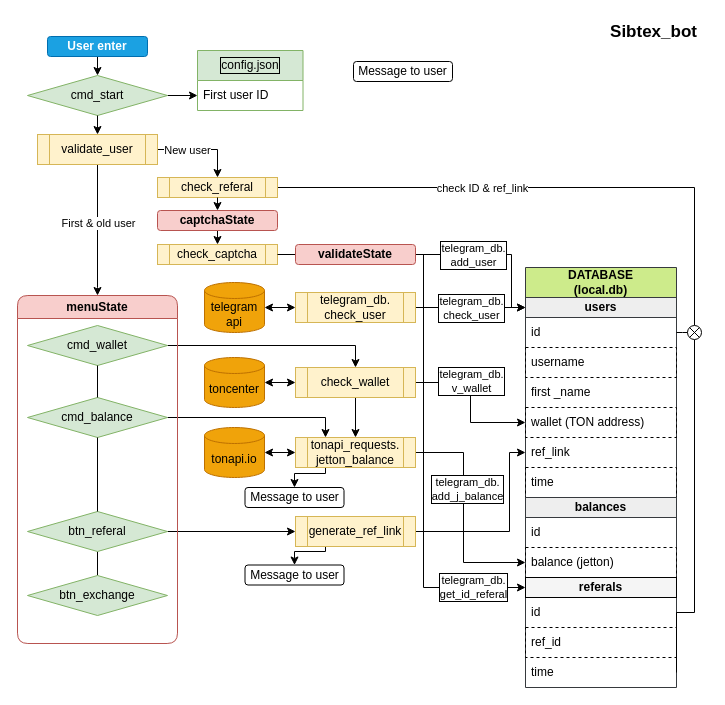
Above: sibtex_bot.drawio in traptor/Sibton (draw.io), before the change. Source tidied: cells renumbered, new cells numbered last; positions are measured from the earlier drawing's top-left corner, leaving out a move shared by most shapes. Both pictures are drawn from the tidied source at 100%, with x=0, y=0 at pixel (17, 17).
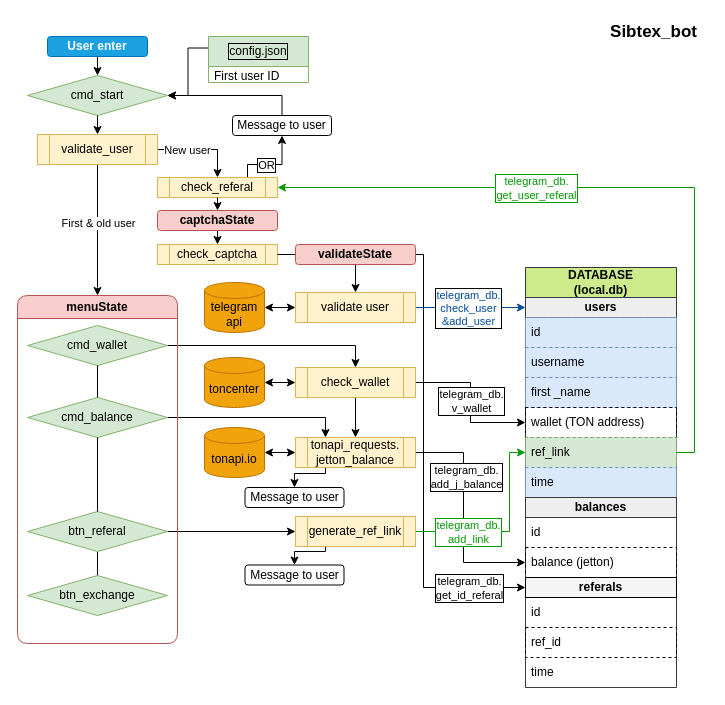
After the change.

The change refers to these unchanged cells:
```xml
<mxCell id="7" value="cmd_start" style="rhombus;whiteSpace=wrap;html=1;labelBackgroundColor=none;labelBorderColor=none;fillColor=#d5e8d4;strokeColor=#82b366;" parent="1" vertex="1">
  <mxGeometry x="10" y="58" width="140" height="40" as="geometry" />
</mxCell>
<mxCell id="9" value="DATABASE&lt;br&gt;(local.db)" style="swimlane;fontStyle=1;horizontal=1;startSize=30;whiteSpace=wrap;html=1;fillColor=#cdeb8b;strokeColor=#36393d;" parent="1" vertex="1">
  <mxGeometry x="508" y="250" width="151" height="420" as="geometry" />
</mxCell>
<mxCell id="10" value="users" style="text;strokeColor=#36393d;fillColor=#eeeeee;align=center;verticalAlign=middle;spacingLeft=4;spacingRight=4;overflow=hidden;points=[[0,0.5],[1,0.5]];portConstraint=eastwest;whiteSpace=wrap;html=1;fontStyle=1;" parent="9" vertex="1">
  <mxGeometry y="30" width="151" height="20" as="geometry" />
</mxCell>
<mxCell id="19" value="balance (jetton)" style="text;strokeColor=default;fillColor=none;align=left;verticalAlign=middle;spacingLeft=4;spacingRight=4;overflow=hidden;points=[[0,0.5],[1,0.5]];portConstraint=eastwest;whiteSpace=wrap;html=1;fontColor=#000000;dashed=1;" parent="9" vertex="1">
  <mxGeometry y="280" width="151" height="30" as="geometry" />
</mxCell>
<mxCell id="23" value="time" style="text;strokeColor=none;fillColor=none;align=left;verticalAlign=middle;spacingLeft=4;spacingRight=4;overflow=hidden;points=[[0,0.5],[1,0.5]];portConstraint=eastwest;whiteSpace=wrap;html=1;fontColor=#000000;dashed=1;" parent="9" vertex="1">
  <mxGeometry y="390" width="151" height="30" as="geometry" />
</mxCell>
<mxCell id="34" style="edgeStyle=orthogonalEdgeStyle;rounded=0;jettySize=auto;html=1;exitX=1;exitY=0.5;exitDx=0;exitDy=0;entryX=0;entryY=0.5;entryDx=0;entryDy=0;align=center;" parent="1" edge="1" source="38" target="14">
  <mxGeometry relative="1" as="geometry">
    <Array as="points">
      <mxPoint x="453" y="365" />
      <mxPoint x="453" y="405" />
    </Array>
  </mxGeometry>
</mxCell>
<mxCell id="44" style="edgeStyle=orthogonalEdgeStyle;rounded=0;jettySize=auto;html=1;entryX=0;entryY=0.5;entryDx=0;entryDy=0;endArrow=classic;endFill=1;exitX=1;exitY=0.5;exitDx=0;exitDy=0;" parent="1" edge="1" source="78" target="20">
  <mxGeometry relative="1" as="geometry">
    <Array as="points">
      <mxPoint x="406" y="237" />
      <mxPoint x="406" y="570" />
    </Array>
  </mxGeometry>
</mxCell>
<mxCell id="47" value="generate_ref_link" style="shape=process;whiteSpace=wrap;html=1;backgroundOutline=1;fillColor=#fff2cc;strokeColor=#d6b656;" parent="1" vertex="1">
  <mxGeometry x="278" y="499" width="120" height="30" as="geometry" />
</mxCell>
<mxCell id="71" value="check_referal" style="shape=process;whiteSpace=wrap;html=1;backgroundOutline=1;labelBorderColor=none;strokeColor=#d6b656;fillColor=#fff2cc;" parent="1" vertex="1">
  <mxGeometry x="140" y="160" width="120" height="20" as="geometry" />
</mxCell>
<mxCell id="76" style="edgeStyle=orthogonalEdgeStyle;rounded=0;jettySize=auto;html=1;exitX=1;exitY=0.5;exitDx=0;exitDy=0;entryX=0;entryY=0.5;entryDx=0;entryDy=0;endArrow=none;" parent="1" edge="1" source="73" target="78">
  <mxGeometry relative="1" as="geometry" />
</mxCell>
<mxCell id="78" value="&lt;b&gt;validateState&lt;/b&gt;" style="rounded=1;whiteSpace=wrap;html=1;fillColor=#f8cecc;strokeColor=#b85450;glass=0;shadow=0;" parent="1" vertex="1">
  <mxGeometry x="278" y="227" width="120" height="20" as="geometry" />
</mxCell>
```

Diff of the diagram source:
```diff
@@
-    <mxCell id="6" style="edgeStyle=orthogonalEdgeStyle;rounded=0;jettySize=auto;html=1;exitX=1;exitY=0.5;exitDx=0;exitDy=0;entryX=0;entryY=0.5;entryDx=0;entryDy=0;" parent="1" edge="1" source="7" target="51">
-      <mxGeometry relative="1" as="geometry" />
-    </mxCell>
+    <mxCell id="79" style="edgeStyle=orthogonalEdgeStyle;rounded=0;jettySize=auto;html=1;exitX=1;exitY=0.5;exitDx=0;exitDy=0;entryX=0;entryY=0.25;entryDx=0;entryDy=0;strokeColor=#000000;fontSize=12;fontColor=#000000;startArrow=classic;startFill=1;endArrow=none;endFill=0;" parent="1" edge="1" source="7" target="50">
+      <mxGeometry relative="1" as="geometry" />
+    </mxCell>
@@
-    <mxCell id="11" value="id" style="text;strokeColor=none;fillColor=none;align=left;verticalAlign=middle;spacingLeft=4;spacingRight=4;overflow=hidden;points=[[0,0.5],[1,0.5]];portConstraint=eastwest;whiteSpace=wrap;html=1;fontColor=#000000;dashed=1;" parent="9" vertex="1">
+    <mxCell id="11" value="id" style="text;strokeColor=#6c8ebf;fillColor=#dae8fc;align=left;verticalAlign=middle;spacingLeft=4;spacingRight=4;overflow=hidden;points=[[0,0.5],[1,0.5]];portConstraint=eastwest;whiteSpace=wrap;html=1;dashed=1;" parent="9" vertex="1">
       <mxGeometry y="50" width="151" height="30" as="geometry" />
     </mxCell>
-    <mxCell id="12" value="username" style="text;strokeColor=default;fillColor=none;align=left;verticalAlign=middle;spacingLeft=4;spacingRight=4;overflow=hidden;whiteSpace=wrap;html=1;fontColor=#000000;dashed=1;" parent="9" vertex="1">
+    <mxCell id="12" value="username" style="text;strokeColor=#6c8ebf;fillColor=#dae8fc;align=left;verticalAlign=middle;spacingLeft=4;spacingRight=4;overflow=hidden;whiteSpace=wrap;html=1;dashed=1;" parent="9" vertex="1">
       <mxGeometry y="80" width="151" height="30" as="geometry" />
     </mxCell>
-    <mxCell id="13" value="first _name" style="text;strokeColor=none;fillColor=none;align=left;verticalAlign=middle;spacingLeft=4;spacingRight=4;overflow=hidden;whiteSpace=wrap;html=1;fontColor=#000000;dashed=1;" parent="9" vertex="1">
+    <mxCell id="13" value="first _name" style="text;strokeColor=#6c8ebf;fillColor=#dae8fc;align=left;verticalAlign=middle;spacingLeft=4;spacingRight=4;overflow=hidden;whiteSpace=wrap;html=1;dashed=1;" parent="9" vertex="1">
       <mxGeometry y="110" width="151" height="30" as="geometry" />
     </mxCell>
@@
-    <mxCell id="15" value="ref_link" style="text;strokeColor=none;fillColor=none;align=left;verticalAlign=middle;spacingLeft=4;spacingRight=4;overflow=hidden;points=[[0,0.5],[1,0.5]];portConstraint=eastwest;whiteSpace=wrap;html=1;fontColor=#000000;labelBackgroundColor=none;labelBorderColor=none;shadow=0;dashed=1;" parent="9" vertex="1">
+    <mxCell id="15" value="ref_link" style="text;strokeColor=#82b366;fillColor=#d5e8d4;align=left;verticalAlign=middle;spacingLeft=4;spacingRight=4;overflow=hidden;points=[[0,0.5],[1,0.5]];portConstraint=eastwest;whiteSpace=wrap;html=1;labelBackgroundColor=none;labelBorderColor=none;shadow=0;dashed=1;" parent="9" vertex="1">
       <mxGeometry y="170" width="151" height="30" as="geometry" />
     </mxCell>
-    <mxCell id="16" value="time" style="text;strokeColor=default;fillColor=none;align=left;verticalAlign=middle;spacingLeft=4;spacingRight=4;overflow=hidden;whiteSpace=wrap;html=1;fontColor=#000000;labelBackgroundColor=none;labelBorderColor=none;shadow=0;dashed=1;" parent="9" vertex="1">
+    <mxCell id="16" value="time" style="text;strokeColor=#6c8ebf;fillColor=#dae8fc;align=left;verticalAlign=middle;spacingLeft=4;spacingRight=4;overflow=hidden;whiteSpace=wrap;html=1;labelBackgroundColor=none;labelBorderColor=none;shadow=0;dashed=1;" parent="9" vertex="1">
       <mxGeometry y="200" width="151" height="30" as="geometry" />
     </mxCell>
@@
     <mxCell id="24" value="telegram_db.&lt;br&gt;add_j_balance" style="edgeStyle=orthogonalEdgeStyle;rounded=0;jettySize=auto;html=1;exitX=1;exitY=0.5;exitDx=0;exitDy=0;entryX=0;entryY=0.5;entryDx=0;entryDy=0;verticalAlign=middle;labelBorderColor=default;" parent="1" edge="1" source="27" target="19">
-      <mxGeometry x="-0.23" y="4" relative="1" as="geometry">
+      <mxGeometry x="-0.34" y="3" relative="1" as="geometry">
         <Array as="points">
           <mxPoint x="446" y="435" />
           <mxPoint x="446" y="545" />
         </Array>
       </mxGeometry>
     </mxCell>
@@
-    <mxCell id="27" value="tonapi_requests.&lt;br&gt;jetton_balance" style="shape=process;whiteSpace=wrap;html=1;backgroundOutline=1;fillColor=#fff2cc;strokeColor=#d6b656;" parent="1" vertex="1">
-      <mxGeometry x="278" y="420" width="120" height="30" as="geometry" />
-    </mxCell>
@@
-    <mxCell id="31" style="edgeStyle=orthogonalEdgeStyle;rounded=0;jettySize=auto;html=1;exitX=1;exitY=0.5;exitDx=0;exitDy=0;entryX=0;entryY=0.5;entryDx=0;entryDy=0;labelBorderColor=default;" parent="1" edge="1" source="33" target="10">
+    <mxCell id="31" style="edgeStyle=orthogonalEdgeStyle;rounded=0;jettySize=auto;html=1;exitX=1;exitY=0.5;exitDx=0;exitDy=0;entryX=0;entryY=0.5;entryDx=0;entryDy=0;labelBorderColor=default;fontColor=#004C99;strokeColor=#004C99;" parent="1" edge="1" source="33" target="10">
       <mxGeometry relative="1" as="geometry" />
     </mxCell>
-    <mxCell id="32" value="telegram_db.&lt;br&gt;check_user" style="edgeLabel;html=1;align=center;verticalAlign=middle;labelBorderColor=default;" parent="31" vertex="1">
+    <mxCell id="32" value="telegram_db.&lt;br&gt;check_user&lt;br&gt;&amp;amp;add_user" style="edgeLabel;html=1;align=center;verticalAlign=middle;labelBorderColor=default;fontColor=#004C99;" parent="31" vertex="1">
       <mxGeometry x="0.28" relative="1" as="geometry">
-        <mxPoint x="-15" as="offset" />
+        <mxPoint x="-18" as="offset" />
       </mxGeometry>
     </mxCell>
-    <mxCell id="33" value="telegram_db.&lt;br&gt;check_user" style="shape=process;whiteSpace=wrap;html=1;backgroundOutline=1;fillColor=#fff2cc;strokeColor=#d6b656;" parent="1" vertex="1">
+    <mxCell id="33" value="validate user" style="shape=process;whiteSpace=wrap;html=1;backgroundOutline=1;fillColor=#fff2cc;strokeColor=#d6b656;" parent="1" vertex="1">
       <mxGeometry x="278" y="275" width="120" height="30" as="geometry" />
     </mxCell>
@@
     <mxCell id="35" value="telegram_db.&lt;br&gt;v_wallet" style="edgeLabel;html=1;align=center;verticalAlign=middle;labelBorderColor=default;" parent="34" vertex="1">
       <mxGeometry x="-0.22" relative="1" as="geometry">
-        <mxPoint y="-6" as="offset" />
+        <mxPoint y="14" as="offset" />
       </mxGeometry>
     </mxCell>
@@
     <mxCell id="45" value="telegram_db.&lt;br&gt;get_id_referal" style="edgeLabel;html=1;align=center;verticalAlign=middle;labelBorderColor=default;" parent="44" vertex="1">
       <mxGeometry x="0.68" y="2" relative="1" as="geometry">
-        <mxPoint x="18" y="1" as="offset" />
+        <mxPoint x="14" y="2" as="offset" />
       </mxGeometry>
     </mxCell>
-    <mxCell id="46" style="edgeStyle=orthogonalEdgeStyle;rounded=0;jettySize=auto;html=1;exitX=1;exitY=0.5;exitDx=0;exitDy=0;entryX=0;entryY=0.5;entryDx=0;entryDy=0;endArrow=classic;endFill=1;" parent="1" edge="1" source="47" target="15">
+    <mxCell id="46" style="edgeStyle=orthogonalEdgeStyle;rounded=0;jettySize=auto;html=1;exitX=1;exitY=0.5;exitDx=0;exitDy=0;entryX=0;entryY=0.5;entryDx=0;entryDy=0;endArrow=classic;endFill=1;strokeColor=#009900;" parent="1" edge="1" source="47" target="15">
       <mxGeometry relative="1" as="geometry">
         <Array as="points">
           <mxPoint x="492" y="514" />
           <mxPoint x="492" y="435" />
         </Array>
       </mxGeometry>
     </mxCell>
+    <mxCell id="80" value="telegram_db.&lt;br&gt;add_link" style="edgeLabel;html=1;align=center;verticalAlign=middle;labelBorderColor=#009900;fontColor=#009900;" parent="46" vertex="1">
+      <mxGeometry x="-0.31" y="1" relative="1" as="geometry">
+        <mxPoint x="-13" y="1" as="offset" />
+      </mxGeometry>
+    </mxCell>
@@
-    <mxCell id="50" value="config.json" style="swimlane;fontStyle=0;horizontal=1;startSize=30;whiteSpace=wrap;html=1;labelBorderColor=default;strokeColor=#82b366;fillColor=#d5e8d4;" parent="1" vertex="1">
-      <mxGeometry x="180" y="33" width="105.5" height="60" as="geometry" />
+    <mxCell id="50" value="config.json" style="swimlane;fontStyle=0;horizontal=1;startSize=30;whiteSpace=wrap;html=1;labelBorderColor=default;strokeColor=#82b366;fillColor=#d5e8d4;strokeWidth=1;fontSize=12;spacing=0;" parent="1" vertex="1">
+      <mxGeometry x="191" y="19" width="100" height="46" as="geometry" />
     </mxCell>
     <mxCell id="51" value="First user ID" style="text;strokeColor=none;fillColor=none;align=left;verticalAlign=middle;spacingLeft=4;spacingRight=4;overflow=hidden;points=[[0,0.5],[1,0.5]];portConstraint=eastwest;whiteSpace=wrap;html=1;" parent="50" vertex="1">
-      <mxGeometry y="30" width="105.5" height="30" as="geometry" />
+      <mxGeometry y="30" width="100" height="16" as="geometry" />
     </mxCell>
-    <mxCell id="52" value="Message to user" style="rounded=1;whiteSpace=wrap;html=1;strokeColor=#000000;gradientColor=none;" parent="1" vertex="1">
-      <mxGeometry x="336" y="44" width="99" height="20" as="geometry" />
-    </mxCell>
@@
-    <mxCell id="57" style="edgeStyle=orthogonalEdgeStyle;rounded=0;jettySize=auto;html=1;exitX=1;exitY=0.5;exitDx=0;exitDy=0;endArrow=none;endFill=0;entryX=0.5;entryY=1;entryDx=0;entryDy=0;" parent="1" edge="1" source="23" target="60">
-      <mxGeometry relative="1" as="geometry">
-        <Array as="points">
-          <mxPoint x="677" y="595" />
-        </Array>
-      </mxGeometry>
-    </mxCell>
-    <mxCell id="58" style="edgeStyle=elbowEdgeStyle;rounded=0;jettySize=auto;html=1;exitX=0.5;exitY=0;exitDx=0;exitDy=0;endArrow=none;endFill=0;entryX=1;entryY=0.5;entryDx=0;entryDy=0;" parent="1" edge="1" source="60" target="71">
+    <mxCell id="58" style="edgeStyle=elbowEdgeStyle;rounded=0;jettySize=auto;html=1;exitX=1;exitY=0.5;exitDx=0;exitDy=0;endArrow=classic;endFill=1;entryX=1;entryY=0.5;entryDx=0;entryDy=0;startArrow=none;startFill=0;strokeColor=#009900;" parent="1" edge="1" source="15" target="71">
       <mxGeometry relative="1" as="geometry">
         <Array as="points">
           <mxPoint x="677" y="256" />
         </Array>
       </mxGeometry>
     </mxCell>
-    <mxCell id="59" value="check ID &amp;amp; ref_link" style="edgeLabel;html=1;align=center;verticalAlign=middle;" parent="58" vertex="1">
+    <mxCell id="59" value="telegram_db.&lt;br&gt;get_user_referal" style="edgeLabel;html=1;align=center;verticalAlign=middle;labelBorderColor=#009900;fontColor=#009900;" parent="58" vertex="1">
       <mxGeometry x="0.26" y="-2" relative="1" as="geometry">
         <mxPoint x="-1" y="2" as="offset" />
       </mxGeometry>
     </mxCell>
-    <mxCell id="60" style="shape=sumEllipse;perimeter=ellipsePerimeter;whiteSpace=wrap;html=1;backgroundOutline=1;" parent="1" vertex="1">
-      <mxGeometry x="670" y="308" width="14" height="14" as="geometry" />
-    </mxCell>
-    <mxCell id="61" style="edgeStyle=elbowEdgeStyle;rounded=0;jettySize=auto;html=1;exitX=1;exitY=0.5;exitDx=0;exitDy=0;endArrow=none;endFill=0;" parent="1" edge="1" source="11">
-      <mxGeometry relative="1" as="geometry">
-        <mxPoint x="670" y="315" as="targetPoint" />
-      </mxGeometry>
-    </mxCell>
@@
+    <mxCell id="81" style="edgeStyle=orthogonalEdgeStyle;rounded=0;jettySize=auto;html=1;exitX=0.75;exitY=0;exitDx=0;exitDy=0;entryX=0.5;entryY=1;entryDx=0;entryDy=0;strokeColor=#000000;fontColor=#009900;startArrow=none;startFill=0;endArrow=classic;endFill=1;" parent="1" edge="1" source="71" target="52">
+      <mxGeometry relative="1" as="geometry">
+        <Array as="points">
+          <mxPoint x="230" y="147" />
+          <mxPoint x="264" y="147" />
+        </Array>
+      </mxGeometry>
+    </mxCell>
+    <mxCell id="82" value="OR" style="edgeLabel;html=1;align=center;verticalAlign=middle;fontColor=#000000;labelBorderColor=default;" parent="81" vertex="1">
+      <mxGeometry x="0.16" relative="1" as="geometry">
+        <mxPoint x="-13" as="offset" />
+      </mxGeometry>
+    </mxCell>
@@
-    <mxCell id="72" style="edgeStyle=orthogonalEdgeStyle;rounded=0;jettySize=auto;html=1;exitX=1;exitY=0.5;exitDx=0;exitDy=0;entryX=0;entryY=0.5;entryDx=0;entryDy=0;startArrow=none;" parent="1" edge="1" source="78" target="10">
-      <mxGeometry relative="1" as="geometry">
-        <Array as="points">
-          <mxPoint x="494" y="237" />
-          <mxPoint x="494" y="290" />
-        </Array>
-      </mxGeometry>
-    </mxCell>
@@
-    <mxCell id="77" value="telegram_db.&lt;br&gt;add_user" style="edgeLabel;html=1;align=center;verticalAlign=middle;labelBorderColor=default;" parent="76" vertex="1">
-      <mxGeometry x="-0.34" relative="1" as="geometry">
-        <mxPoint x="189" as="offset" />
-      </mxGeometry>
-    </mxCell>
+    <mxCell id="83" style="edgeStyle=orthogonalEdgeStyle;rounded=0;jettySize=auto;html=1;exitX=0.5;exitY=1;exitDx=0;exitDy=0;entryX=0.5;entryY=0;entryDx=0;entryDy=0;strokeColor=#000000;fontColor=#009900;startArrow=none;startFill=0;endArrow=classic;endFill=1;" parent="1" edge="1" source="78" target="33">
+      <mxGeometry relative="1" as="geometry" />
+    </mxCell>
@@
+    <mxCell id="27" value="tonapi_requests.&lt;br&gt;jetton_balance" style="shape=process;whiteSpace=wrap;html=1;backgroundOutline=1;fillColor=#fff2cc;strokeColor=#d6b656;" parent="1" vertex="1">
+      <mxGeometry x="278" y="420" width="120" height="30" as="geometry" />
+    </mxCell>
+    <mxCell id="84" style="edgeStyle=orthogonalEdgeStyle;rounded=0;jettySize=auto;html=1;exitX=0.5;exitY=0;exitDx=0;exitDy=0;entryX=1;entryY=0.5;entryDx=0;entryDy=0;strokeColor=#000000;fontColor=#000000;startArrow=none;startFill=0;endArrow=classic;endFill=1;" parent="1" edge="1" source="52" target="7">
+      <mxGeometry relative="1" as="geometry" />
+    </mxCell>
+    <mxCell id="52" value="Message to user" style="rounded=1;whiteSpace=wrap;html=1;strokeColor=#000000;gradientColor=none;" parent="1" vertex="1">
+      <mxGeometry x="215" y="98" width="99" height="20" as="geometry" />
+    </mxCell>
```
